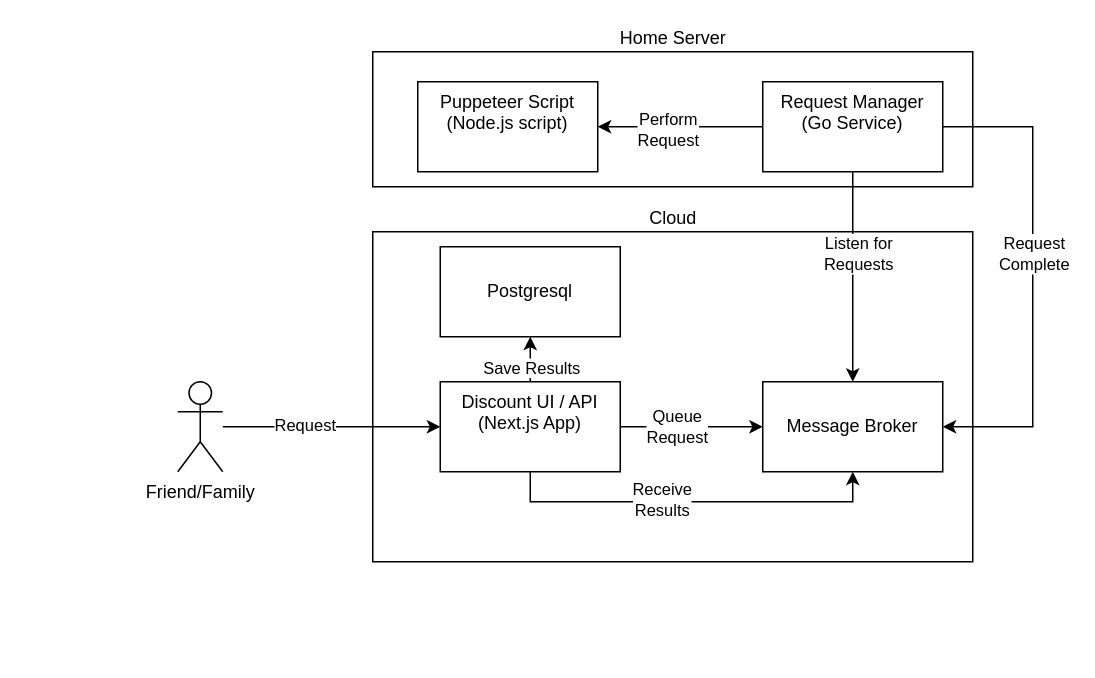
randellma/docs keeps this draw.io diagram as docs/Wayfair Discount/Message Broker Architecture.drawio. Above is the earlier version. Source tidied: cells renumbered, new cells numbered last; positions are measured from the earlier drawing's top-left corner, leaving out a move shared by most shapes. Both pictures are drawn from the tidied source at 150%, with x=0, y=0 at pixel (177, 51).
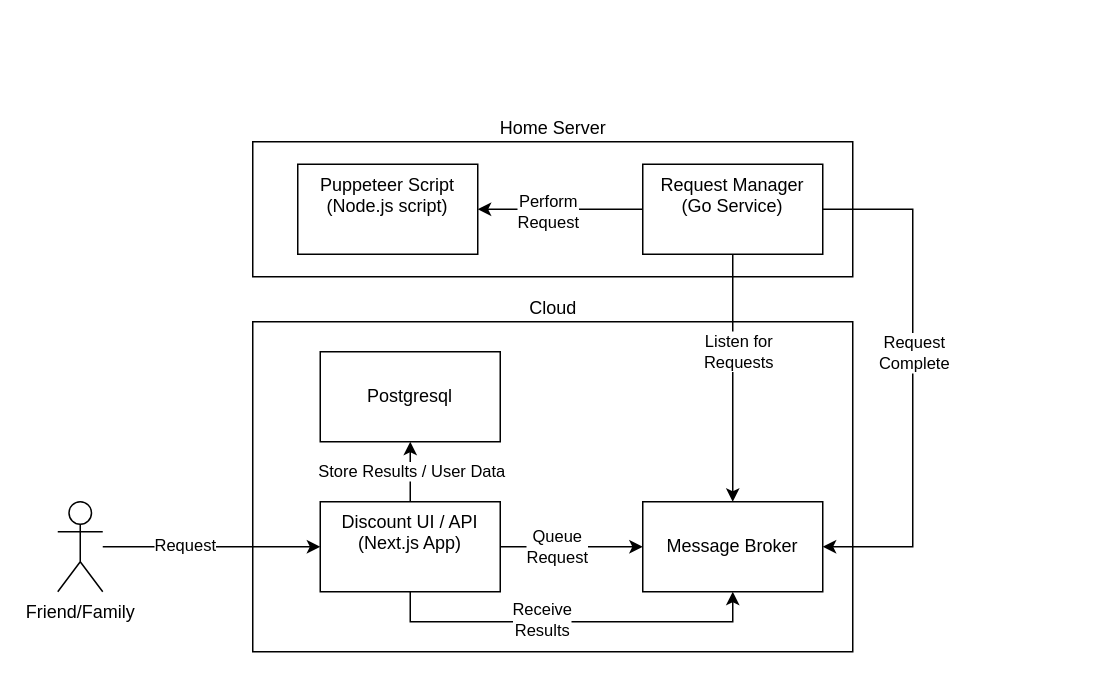
Above is the later version.

Unchanged cells that the change refers to:
```xml
<mxCell id="11" style="edgeStyle=orthogonalEdgeStyle;rounded=0;jettySize=auto;html=1;entryX=0.5;entryY=1;entryDx=0;entryDy=0;" parent="1" edge="1" source="13" target="23">
  <mxGeometry relative="1" as="geometry" />
</mxCell>
```

What changed in the source:
```diff
@@
     <mxCell id="2" value="Home Server" style="verticalLabelPosition=top;verticalAlign=bottom;html=1;shape=mxgraph.basic.rect;fillColor2=none;strokeWidth=1;size=20;indent=5;fillColor=none;horizontal=1;labelPosition=center;align=center;" parent="1" vertex="1">
-      <mxGeometry x="130" width="400" height="90" as="geometry" />
+      <mxGeometry x="50" y="60" width="400" height="90" as="geometry" />
     </mxCell>
     <mxCell id="3" value="Cloud" style="verticalLabelPosition=top;verticalAlign=bottom;html=1;shape=mxgraph.basic.rect;fillColor2=none;strokeWidth=1;size=20;indent=5;fillColor=none;horizontal=1;labelPosition=center;align=center;" parent="1" vertex="1">
-      <mxGeometry x="130" y="120" width="400" height="220" as="geometry" />
+      <mxGeometry x="50" y="180" width="400" height="220" as="geometry" />
     </mxCell>
@@
     <mxCell id="6" value="Friend/Family" style="shape=umlActor;verticalLabelPosition=bottom;verticalAlign=top;html=1;outlineConnect=0;" parent="1" vertex="1">
-      <mxGeometry y="220" width="30" height="60" as="geometry" />
+      <mxGeometry x="-80" y="300" width="30" height="60" as="geometry" />
     </mxCell>
@@
     <mxCell id="9" style="edgeStyle=orthogonalEdgeStyle;rounded=0;jettySize=auto;html=1;entryX=0.5;entryY=1;entryDx=0;entryDy=0;" parent="1" edge="1" source="13" target="15">
       <mxGeometry relative="1" as="geometry">
         <Array as="points">
-          <mxPoint x="235" y="300" />
-          <mxPoint x="450" y="300" />
+          <mxPoint x="155" y="380" />
+          <mxPoint x="370" y="380" />
         </Array>
       </mxGeometry>
     </mxCell>
@@
-    <mxCell id="12" value="Save Results" style="edgeLabel;html=1;align=center;verticalAlign=middle;" parent="11" vertex="1">
+    <mxCell id="12" value="Store Results / User Data" style="edgeLabel;html=1;align=center;verticalAlign=middle;" parent="11" vertex="1">
       <mxGeometry x="0.76" y="-2" relative="1" as="geometry">
         <mxPoint x="-2" y="14" as="offset" />
       </mxGeometry>
     </mxCell>
     <mxCell id="13" value="Discount UI / API&lt;div&gt;(Next.js App)&lt;/div&gt;" style="whiteSpace=wrap;html=1;verticalAlign=top;" parent="1" vertex="1">
-      <mxGeometry x="175" y="220" width="120" height="60" as="geometry" />
+      <mxGeometry x="95" y="300" width="120" height="60" as="geometry" />
     </mxCell>
     <mxCell id="14" value="Puppeteer Script&lt;br&gt;(Node.js script)" style="whiteSpace=wrap;html=1;verticalAlign=top;" parent="1" vertex="1">
-      <mxGeometry x="160" y="20" width="120" height="60" as="geometry" />
+      <mxGeometry x="80" y="75" width="120" height="60" as="geometry" />
     </mxCell>
     <mxCell id="15" value="Message Broker" style="rounded=0;whiteSpace=wrap;html=1;" parent="1" vertex="1">
-      <mxGeometry x="390" y="220" width="120" height="60" as="geometry" />
+      <mxGeometry x="310" y="300" width="120" height="60" as="geometry" />
     </mxCell>
@@
-    <mxCell id="20" style="edgeStyle=orthogonalEdgeStyle;rounded=0;jettySize=auto;html=1;entryX=1;entryY=0.5;entryDx=0;entryDy=0;" parent="1" edge="1" source="22" target="15">
+    <mxCell id="20" style="edgeStyle=orthogonalEdgeStyle;rounded=0;jettySize=auto;html=1;entryX=1;entryY=0.5;entryDx=0;entryDy=0;exitX=1;exitY=0.5;exitDx=0;exitDy=0;" parent="1" edge="1" source="22" target="15">
       <mxGeometry relative="1" as="geometry">
         <Array as="points">
-          <mxPoint x="570" y="50" />
-          <mxPoint x="570" y="250" />
+          <mxPoint x="490" y="105" />
+          <mxPoint x="490" y="330" />
         </Array>
       </mxGeometry>
     </mxCell>
@@
     <mxCell id="22" value="Request Manager&lt;br&gt;(Go Service)" style="whiteSpace=wrap;html=1;verticalAlign=top;" parent="1" vertex="1">
-      <mxGeometry x="390" y="20" width="120" height="60" as="geometry" />
+      <mxGeometry x="310" y="75" width="120" height="60" as="geometry" />
     </mxCell>
     <mxCell id="23" value="Postgresql" style="rounded=0;whiteSpace=wrap;html=1;" parent="1" vertex="1">
-      <mxGeometry x="175" y="130" width="120" height="60" as="geometry" />
+      <mxGeometry x="95" y="200" width="120" height="60" as="geometry" />
     </mxCell>
```
